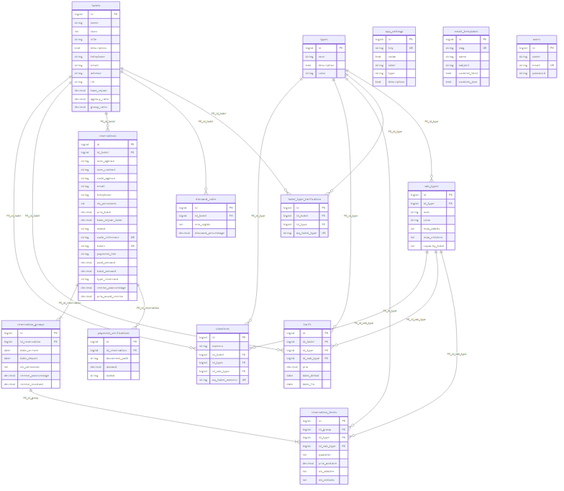
Earlier version of the Mermaid export diagrams/mld.png (med-jalim/GRH). Its source is kept beside it as diagrams/mld.mmd. Source of this version:
```mermaid
erDiagram
    hotels {
        bigint id PK
        string name
        int stars
        string ville
        text description
        string telephone
        string email
        string adresse
        string rib
        decimal taxe_sejour
        decimal agency_ratio
        decimal group_ratio
    }

    types {
        bigint id PK
        string nom
        text description
        string color
    }

    sub_types {
        bigint id PK
        bigint id_type FK
        string nom
        string color
        int max_adults
        int max_children
        int capacity_total
    }

    chambres {
        bigint id PK
        string numero
        bigint id_hotel FK
        bigint id_type FK
        bigint id_sub_type FK
        string uq_hotel_numero UK
    }

    tarifs {
        bigint id PK
        bigint id_hotel FK
        bigint id_type FK
        bigint id_sub_type FK
        decimal prix
        date date_debut
        date date_fin
    }

    reservations {
        bigint id PK
        bigint id_hotel FK
        string nom_agence
        string nom_contact
        string code_agence
        string email
        string telephone
        int nb_personnes
        decimal prix_total
        decimal taxe_sejour_total
        string statut
        string code_reference UK
        string token UK
        string payment_link
        decimal paid_amount
        decimal total_amount
        string type_reservant
        decimal remise_pourcentage
        decimal prix_avant_remise
    }

    reservation_groups {
        bigint id PK
        bigint id_reservation FK
        date date_arrivee
        date date_depart
        int nb_personnes
        decimal remise_pourcentage
        decimal remise_montant
    }

    reservation_items {
        bigint id PK
        bigint id_group FK
        bigint id_type FK
        bigint id_sub_type FK
        int quantite
        decimal prix_unitaire
        int nb_adultes
        int nb_enfants
    }

    payment_verifications {
        bigint id PK
        bigint id_reservation FK
        string document_path
        decimal amount
        string statut
    }

    discount_rules {
        bigint id PK
        bigint id_hotel FK
        int min_nights
        decimal discount_percentage
    }

    hotel_type_tarification {
        bigint id PK
        bigint id_hotel FK
        bigint id_type FK
        string uq_hotel_type UK
    }

    app_settings {
        bigint id PK
        string key UK
        text value
        string label
        string type
        text description
    }

    email_templates {
        bigint id PK
        string slug UK
        string name
        string subject
        text content_html
        text content_json
    }

    users {
        bigint id PK
        string name
        string email UK
        string password
    }

    hotels ||--o{ chambres : FK_id_hotel
    types ||--o{ chambres : FK_id_type
    sub_types ||--o{ chambres : FK_id_sub_type

    hotels ||--o{ tarifs : FK_id_hotel
    types ||--o{ tarifs : FK_id_type
    sub_types ||--o{ tarifs : FK_id_sub_type

    hotels ||--o{ reservations : FK_id_hotel
    reservations ||--|{ reservation_groups : FK_id_reservation
    reservation_groups ||--|{ reservation_items : FK_id_group
    types ||--o{ reservation_items : FK_id_type
    sub_types ||--o{ reservation_items : FK_id_sub_type

    reservations ||--o{ payment_verifications : FK_id_reservation
    hotels ||--o{ discount_rules : FK_id_hotel
    hotels ||--o{ hotel_type_tarification : FK_id_hotel
    types ||--o{ hotel_type_tarification : FK_id_type
    types ||--o{ sub_types : FK_id_type
```
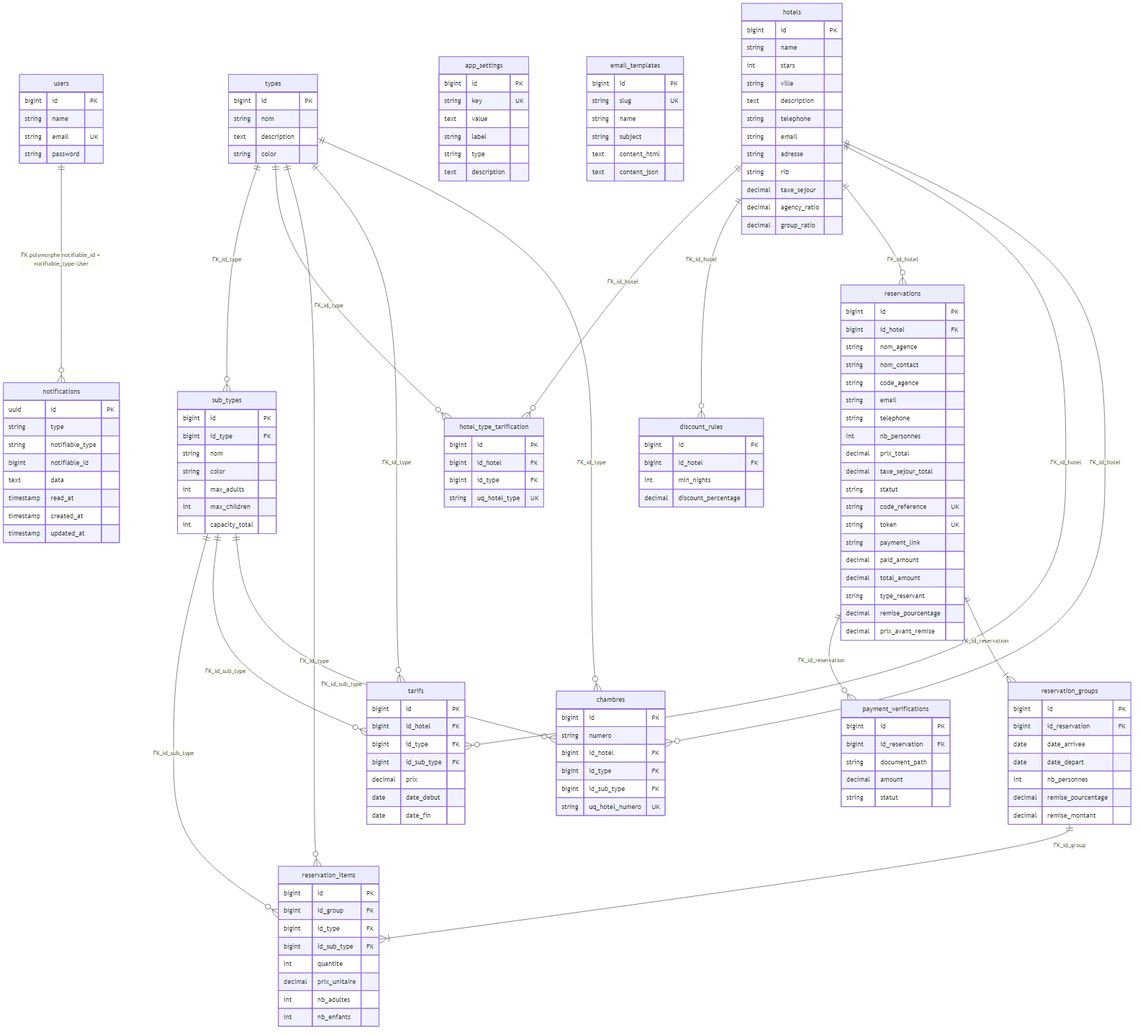
The same file after the commit.

The edit, as a diff of the source:
```diff
@@ -140,6 +140,17 @@
         string password
     }
 
+    notifications {
+        uuid id PK
+        string type
+        string notifiable_type
+        bigint notifiable_id
+        text data
+        timestamp read_at
+        timestamp created_at
+        timestamp updated_at
+    }
+
     hotels ||--o{ chambres : FK_id_hotel
     types ||--o{ chambres : FK_id_type
     sub_types ||--o{ chambres : FK_id_sub_type
@@ -159,3 +170,6 @@
     hotels ||--o{ hotel_type_tarification : FK_id_hotel
     types ||--o{ hotel_type_tarification : FK_id_type
     types ||--o{ sub_types : FK_id_type
+
+    users ||--o{ notifications : "FK polymorphe notifiable_id + notifiable_type=User"
+
```
